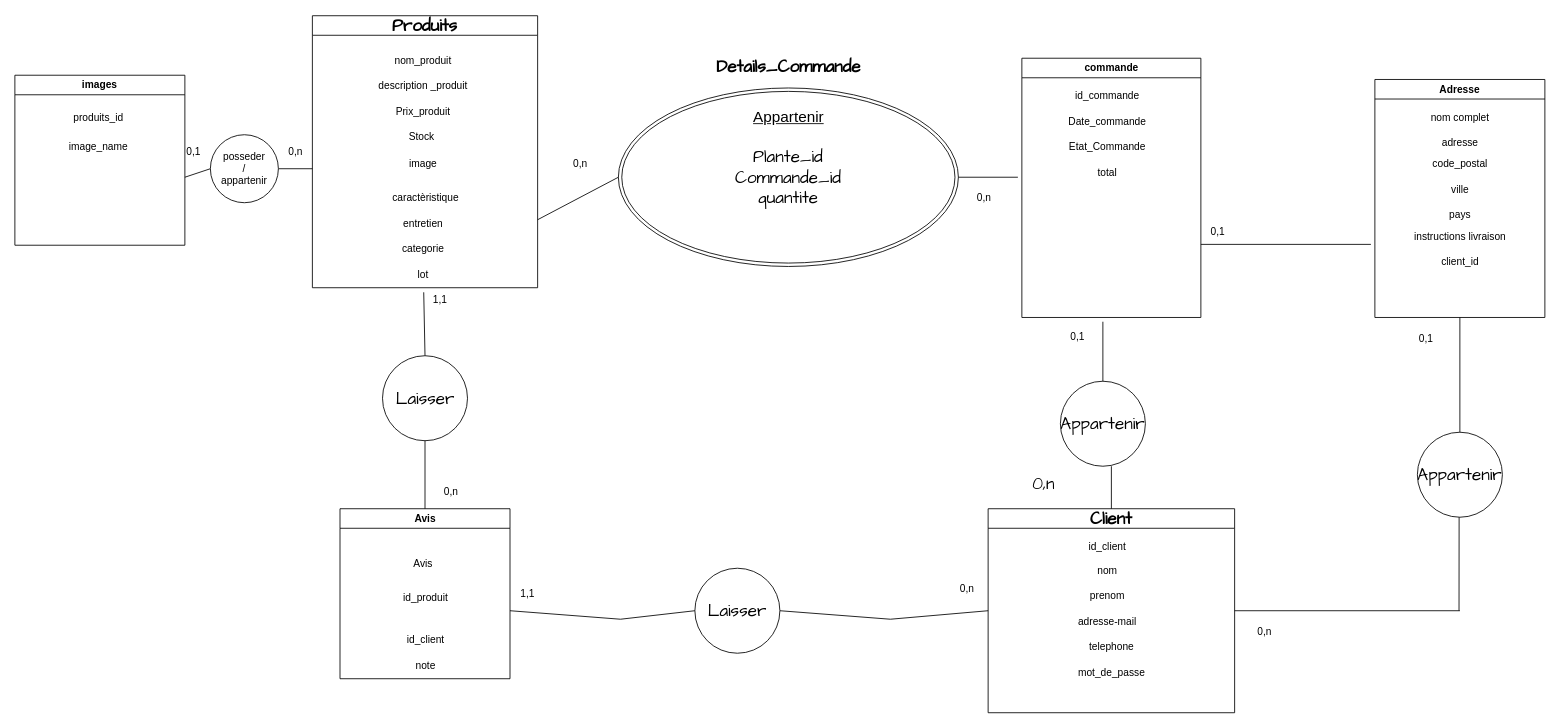
This is lenaturelauvert.drawio from jeremy93130/le_naturel_au_vert_mvc, a draw.io file, before an edit. Source tidied: cells renumbered, new cells numbered last; positions are measured from the earlier drawing's top-left corner, leaving out a move shared by most shapes. Both pictures are drawn from the tidied source at 85%, with x=0, y=0 at pixel (14, 15).
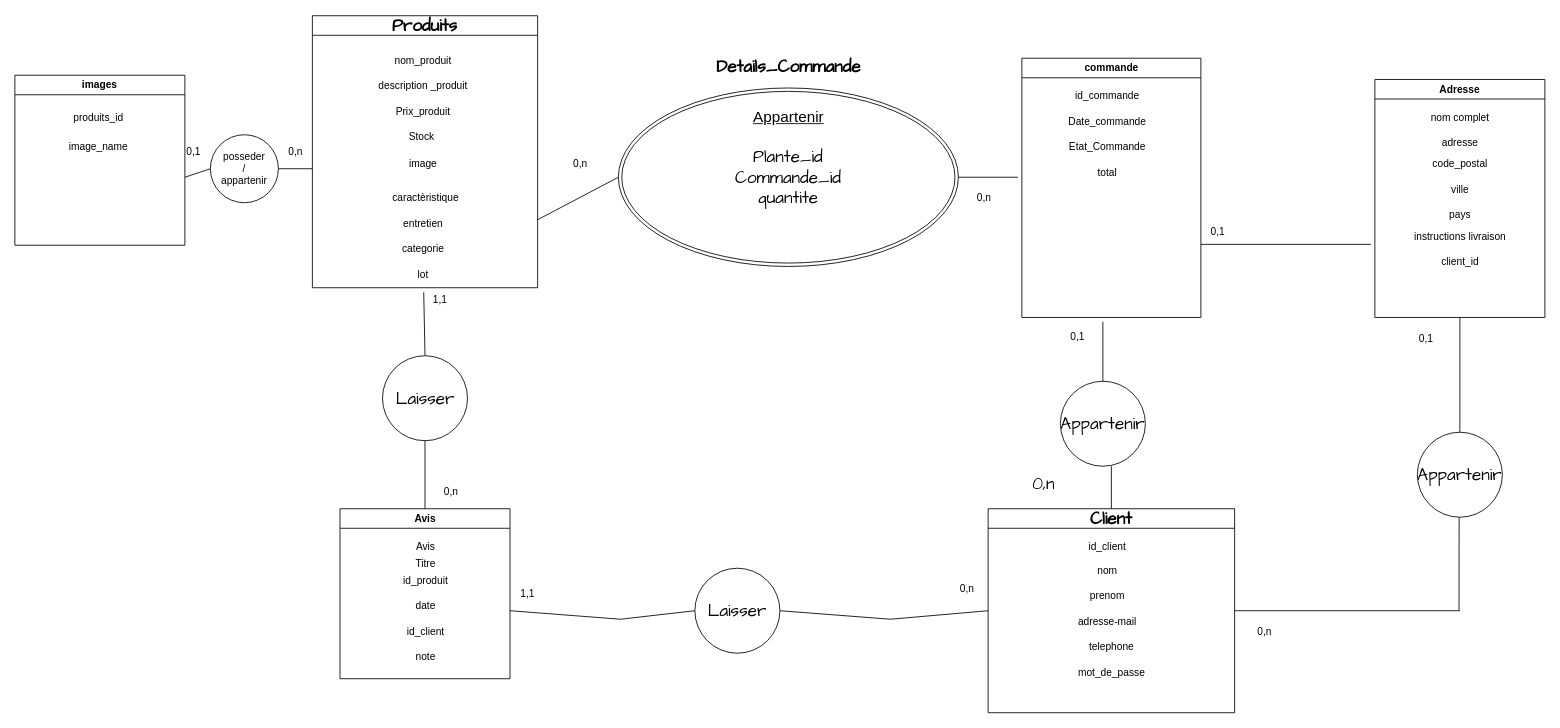
Above is the later version.

The change refers to these unchanged cells:
```xml
<mxCell id="60" value="Avis" style="swimlane;whiteSpace=wrap;html=1;" parent="1" vertex="1">
  <mxGeometry x="382.5" y="580" width="200" height="200" as="geometry" />
</mxCell>
```

The edit, as a diff of the source:
```diff
@@
     <mxCell id="61" value="Avis" style="text;html=1;align=center;verticalAlign=middle;strokeColor=none;fillColor=none;" parent="60" vertex="1">
-      <mxGeometry x="72.5" y="50" width="50" height="30" as="geometry" />
+      <mxGeometry x="75" y="30" width="50" height="30" as="geometry" />
     </mxCell>
     <mxCell id="62" value="id_produit" style="text;html=1;align=center;verticalAlign=middle;strokeColor=none;fillColor=none;" parent="60" vertex="1">
-      <mxGeometry x="60" y="90" width="80" height="30" as="geometry" />
+      <mxGeometry x="60" y="70" width="80" height="30" as="geometry" />
     </mxCell>
     <mxCell id="63" value="id_client" style="text;html=1;align=center;verticalAlign=middle;strokeColor=none;fillColor=none;" parent="60" vertex="1">
-      <mxGeometry x="65" y="140" width="70" height="30" as="geometry" />
+      <mxGeometry x="65" y="130" width="70" height="30" as="geometry" />
     </mxCell>
     <mxCell id="64" value="note" style="text;html=1;align=center;verticalAlign=middle;strokeColor=none;fillColor=none;" parent="60" vertex="1">
-      <mxGeometry x="75" y="170" width="50" height="30" as="geometry" />
+      <mxGeometry x="75" y="160" width="50" height="30" as="geometry" />
     </mxCell>
+    <mxCell id="75" value="date" style="text;html=1;align=center;verticalAlign=middle;strokeColor=none;fillColor=none;" parent="60" vertex="1">
+      <mxGeometry x="75" y="100" width="50" height="30" as="geometry" />
+    </mxCell>
+    <mxCell id="76" value="Titre" style="text;html=1;align=center;verticalAlign=middle;strokeColor=none;fillColor=none;" parent="60" vertex="1">
+      <mxGeometry x="75" y="50" width="50" height="30" as="geometry" />
+    </mxCell>
```
